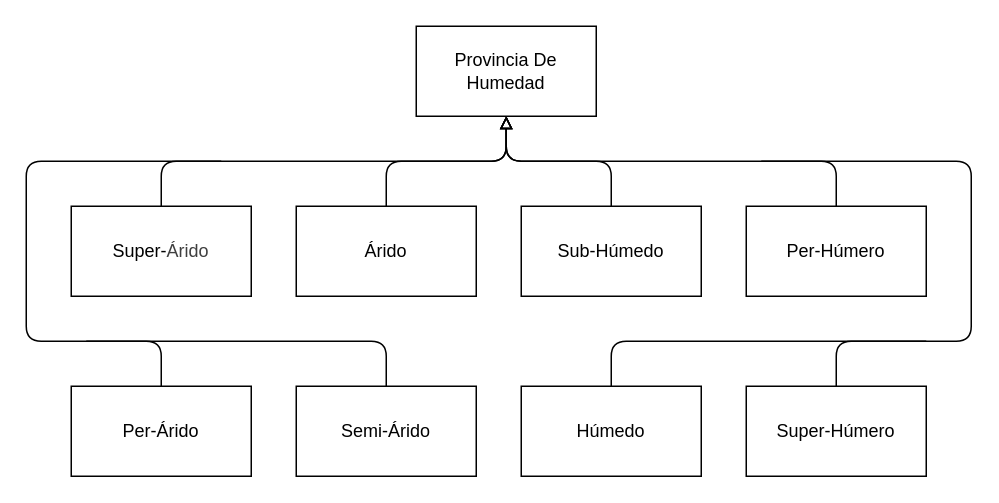
oscarveral/razprox keeps this draw.io diagram as informes/informe1/drawings/ProviciaHumedad.drawio. Above is the earlier version. Source tidied: cells renumbered, new cells numbered last; positions are measured from the earlier drawing's top-left corner, leaving out a move shared by most shapes. Both pictures are drawn from the tidied source at 150%, with x=0, y=0 at pixel (26, 26).
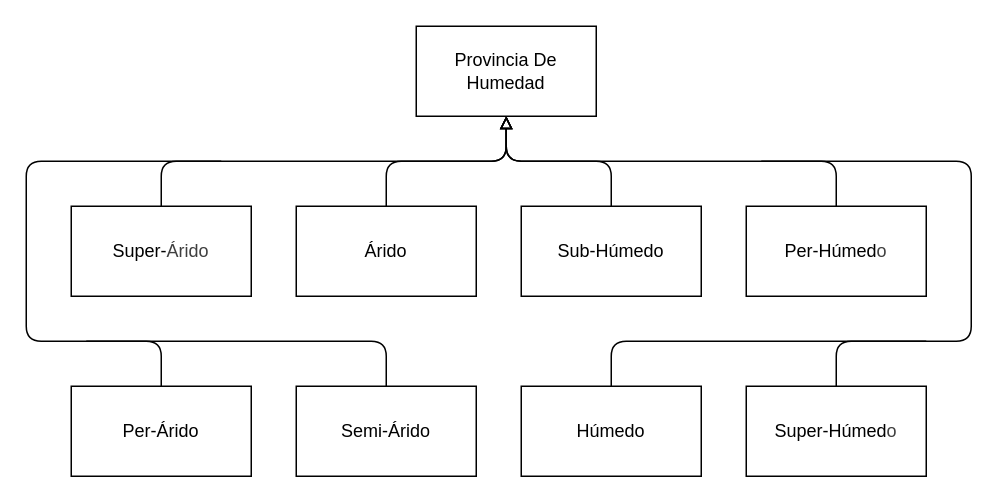
After the change.

Commit message:
Cambio menor

Diff of the diagram source:
```diff
@@
-    <mxCell id="16" value="Per-Húmero" style="whiteSpace=wrap;html=1;" parent="1" vertex="1">
+    <mxCell id="16" value="Per-Húmed&lt;span style=&quot;color: rgb(63, 63, 63); background-color: transparent;&quot;&gt;o&lt;/span&gt;" style="whiteSpace=wrap;html=1;" parent="1" vertex="1">
       <mxGeometry x="480" y="120" width="120" height="60" as="geometry" />
     </mxCell>
@@
-    <mxCell id="18" value="Super-Húmero" style="whiteSpace=wrap;html=1;" parent="1" vertex="1">
+    <mxCell id="18" value="Super-Húmed&lt;span style=&quot;color: rgb(63, 63, 63); background-color: transparent;&quot;&gt;o&lt;/span&gt;" style="whiteSpace=wrap;html=1;" parent="1" vertex="1">
       <mxGeometry x="480" y="240" width="120" height="60" as="geometry" />
     </mxCell>
```
